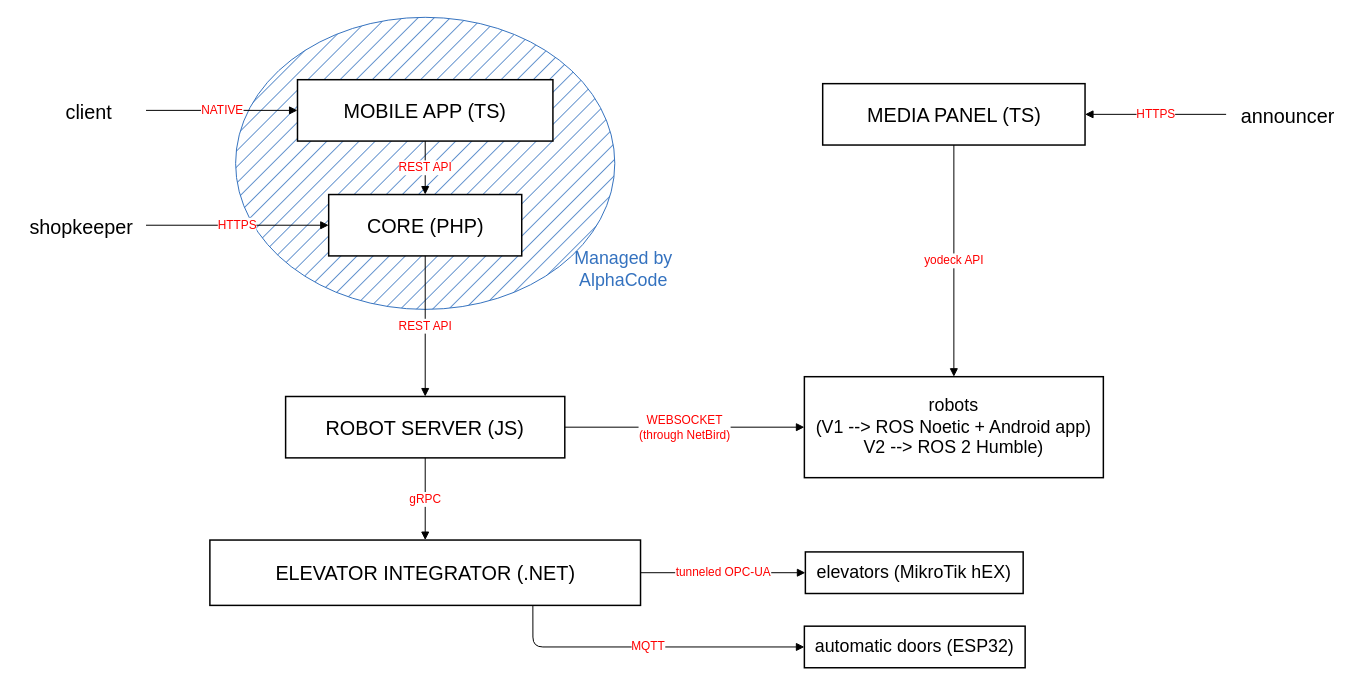
Before: skyfood_architecture.drawio in MekhyW/skyfood-infra, a draw.io diagram. Source tidied: cells renumbered, new cells numbered last; positions are measured from the earlier drawing's top-left corner, leaving out a move shared by most shapes. Both pictures are drawn from the tidied source at 99%, with x=0, y=0 at pixel (17, 17).
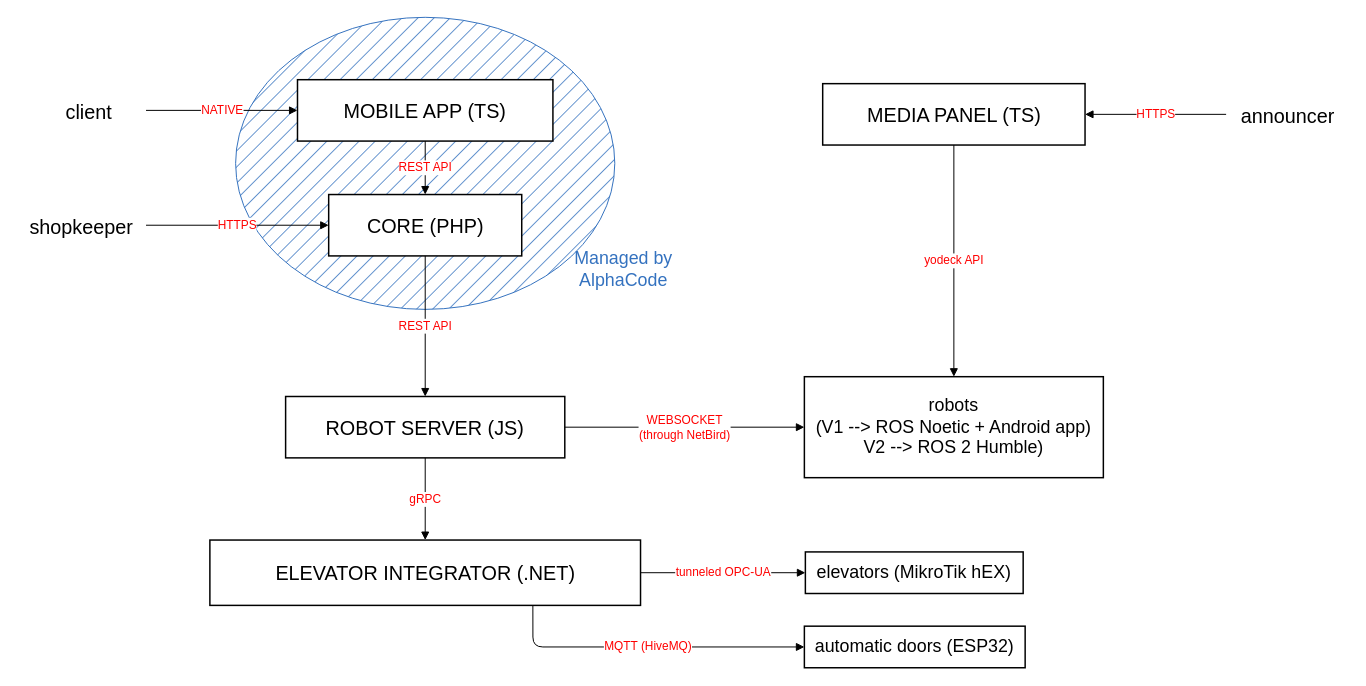
The same page after the edit.

Unchanged cells that the change refers to:
```xml
<mxCell id="7" value="ELEVATOR INTEGRATOR (.NET)" style="rounded=0;whiteSpace=wrap;html=1;strokeWidth=1.5;fontSize=20;" parent="1" vertex="1">
  <mxGeometry x="194.5" y="528" width="435" height="66" as="geometry" />
</mxCell>
<mxCell id="10" value="automatic doors (ESP32)" style="rounded=0;whiteSpace=wrap;html=1;strokeWidth=1.5;fontSize=18;" parent="1" vertex="1">
  <mxGeometry x="795" y="615" width="223" height="42" as="geometry" />
</mxCell>
```

What changed in the source:
```diff
@@
-    <mxCell id="22" value="MQTT" style="edgeStyle=orthogonalEdgeStyle;html=1;endArrow=block;fontColor=#ff0000;exitX=0.75;exitY=1;exitDx=0;exitDy=0;entryX=0;entryY=0.5;entryDx=0;entryDy=0;fontSize=12;" parent="1" edge="1" source="7" target="10">
+    <mxCell id="22" value="MQTT (HiveMQ)" style="edgeStyle=orthogonalEdgeStyle;html=1;endArrow=block;fontColor=#ff0000;exitX=0.75;exitY=1;exitDx=0;exitDy=0;entryX=0;entryY=0.5;entryDx=0;entryDy=0;fontSize=12;" parent="1" edge="1" source="7" target="10">
       <mxGeometry relative="1" as="geometry" />
     </mxCell>
```
